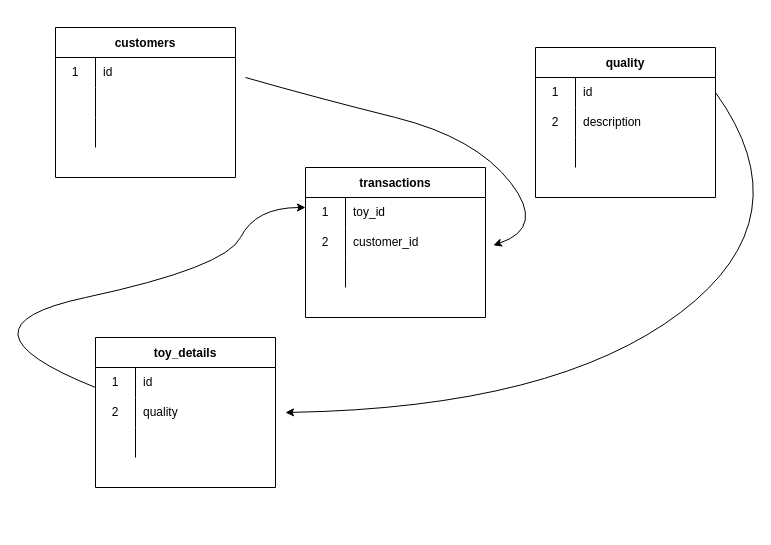
The draw.io diagram Data_Transformation_PDA/graphic.drawio in Arctic-64/CC_SQA_PDA, before the edit. Source tidied: cells renumbered, new cells numbered last; positions are measured from the earlier drawing's top-left corner, leaving out a move shared by most shapes. Both pictures are drawn from the tidied source at 100%, with x=0, y=0 at pixel (-55, 27).
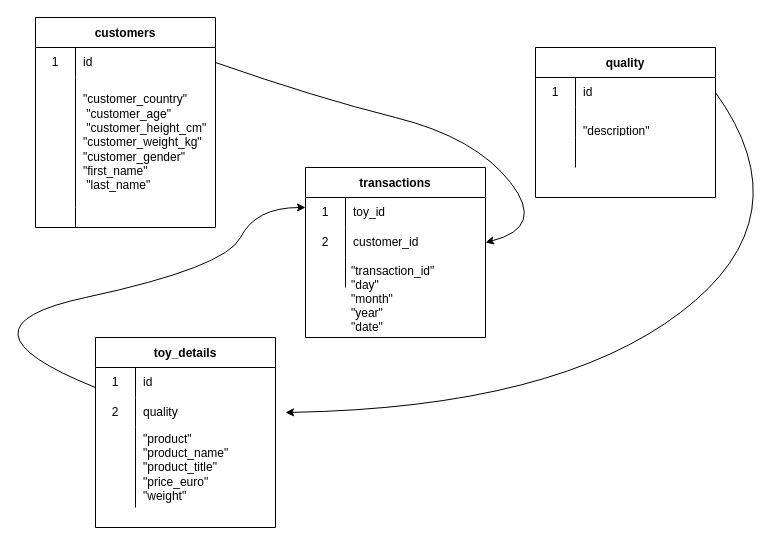
After the change.

Unchanged cells that the change refers to:
```xml
<mxCell id="6" style="shape=tableRow;horizontal=0;startSize=0;swimlaneHead=0;swimlaneBody=0;top=0;left=0;bottom=0;right=0;fillColor=none;points=[[0,0.5],[1,0.5]];portConstraint=eastwest;" parent="2" vertex="1">
  <mxGeometry y="60" width="180" height="30" as="geometry" />
</mxCell>
<mxCell id="16" style="shape=tableRow;horizontal=0;startSize=0;swimlaneHead=0;swimlaneBody=0;top=0;left=0;bottom=0;right=0;fillColor=none;" parent="12" vertex="1">
  <mxGeometry y="60" width="180" height="30" as="geometry" />
</mxCell>
<mxCell id="23" style="shape=tableRow;horizontal=0;startSize=0;swimlaneHead=0;swimlaneBody=0;top=0;left=0;bottom=0;right=0;fillColor=none;points=[[0,0.5],[1,0.5]];portConstraint=eastwest;" parent="22" vertex="1">
  <mxGeometry y="30" width="180" height="30" as="geometry" />
</mxCell>
```

Change to the diagram source:
```diff
@@
     <mxCell id="2" value="transactions" style="shape=table;startSize=30;childLayout=tableLayout;rowLines=0;fontStyle=1;" parent="1" vertex="1">
-      <mxGeometry x="360" y="140" width="180" height="150" as="geometry" />
+      <mxGeometry x="360" y="140" width="180" height="170" as="geometry" />
     </mxCell>
@@
-    <mxCell id="17" value="2" style="shape=partialRectangle;html=1;whiteSpace=wrap;fillColor=none;top=0;left=0;bottom=0;right=0;overflow=hidden;" parent="16" vertex="1">
+    <mxCell id="17" style="shape=partialRectangle;html=1;whiteSpace=wrap;fillColor=none;top=0;left=0;bottom=0;right=0;overflow=hidden;" parent="16" vertex="1">
       <mxGeometry width="40" height="30" as="geometry" />
     </mxCell>
-    <mxCell id="18" value="description" style="shape=partialRectangle;html=1;whiteSpace=wrap;fillColor=none;top=0;left=0;bottom=0;right=0;align=left;spacingLeft=6;overflow=hidden;" parent="16" vertex="1">
+    <mxCell id="18" value="&lt;br&gt;&quot;description&quot;" style="shape=partialRectangle;html=1;whiteSpace=wrap;fillColor=none;top=0;left=0;bottom=0;right=0;align=left;spacingLeft=6;overflow=hidden;" parent="16" vertex="1">
       <mxGeometry x="40" width="140" height="30" as="geometry" />
     </mxCell>
@@
     <mxCell id="22" value="customers" style="shape=table;startSize=30;childLayout=tableLayout;rowLines=0;fontStyle=1;" parent="1" vertex="1">
-      <mxGeometry x="110" width="180" height="150" as="geometry" />
+      <mxGeometry x="90" y="-10" width="180" height="210" as="geometry" />
     </mxCell>
@@
     <mxCell id="26" style="shape=tableRow;horizontal=0;startSize=0;swimlaneHead=0;swimlaneBody=0;top=0;left=0;bottom=0;right=0;fillColor=none;" parent="22" vertex="1">
-      <mxGeometry y="60" width="180" height="30" as="geometry" />
+      <mxGeometry y="60" width="180" height="130" as="geometry" />
     </mxCell>
     <mxCell id="27" style="shape=partialRectangle;html=1;whiteSpace=wrap;fillColor=none;top=0;left=0;bottom=0;right=0;overflow=hidden;" parent="26" vertex="1">
-      <mxGeometry width="40" height="30" as="geometry" />
+      <mxGeometry width="40" height="130" as="geometry" />
     </mxCell>
-    <mxCell id="28" style="shape=partialRectangle;html=1;whiteSpace=wrap;fillColor=none;top=0;left=0;bottom=0;right=0;align=left;spacingLeft=6;overflow=hidden;" parent="26" vertex="1">
-      <mxGeometry x="40" width="140" height="30" as="geometry" />
+    <mxCell id="28" value="&quot;customer_country&quot;   &quot;customer_age&quot;       &quot;customer_height_cm&quot; &quot;customer_weight_kg&quot; &quot;customer_gender&quot;    &quot;first_name&quot;         &quot;last_name&quot;" style="shape=partialRectangle;html=1;whiteSpace=wrap;fillColor=none;top=0;left=0;bottom=0;right=0;align=left;spacingLeft=6;overflow=hidden;" parent="26" vertex="1">
+      <mxGeometry x="40" width="140" height="130" as="geometry" />
     </mxCell>
     <mxCell id="29" style="shape=tableRow;horizontal=0;startSize=0;swimlaneHead=0;swimlaneBody=0;top=0;left=0;bottom=0;right=0;fillColor=none;" parent="22" vertex="1">
-      <mxGeometry y="90" width="180" height="30" as="geometry" />
+      <mxGeometry y="190" width="180" height="20" as="geometry" />
     </mxCell>
     <mxCell id="30" style="shape=partialRectangle;html=1;whiteSpace=wrap;fillColor=none;top=0;left=0;bottom=0;right=0;overflow=hidden;" parent="29" vertex="1">
-      <mxGeometry width="40" height="30" as="geometry" />
+      <mxGeometry width="40" height="20" as="geometry" />
     </mxCell>
     <mxCell id="31" style="shape=partialRectangle;html=1;whiteSpace=wrap;fillColor=none;top=0;left=0;bottom=0;right=0;align=left;spacingLeft=6;overflow=hidden;" parent="29" vertex="1">
-      <mxGeometry x="40" width="140" height="30" as="geometry" />
+      <mxGeometry x="40" width="140" height="20" as="geometry" />
     </mxCell>
     <mxCell id="32" value="toy_details" style="shape=table;startSize=30;childLayout=tableLayout;rowLines=0;fontStyle=1;" parent="1" vertex="1">
-      <mxGeometry x="150" y="310" width="180" height="150" as="geometry" />
+      <mxGeometry x="150" y="310" width="180" height="190" as="geometry" />
     </mxCell>
@@
     <mxCell id="39" style="shape=tableRow;horizontal=0;startSize=0;swimlaneHead=0;swimlaneBody=0;top=0;left=0;bottom=0;right=0;fillColor=none;" parent="32" vertex="1">
-      <mxGeometry y="90" width="180" height="30" as="geometry" />
+      <mxGeometry y="90" width="180" height="80" as="geometry" />
     </mxCell>
     <mxCell id="40" style="shape=partialRectangle;html=1;whiteSpace=wrap;fillColor=none;top=0;left=0;bottom=0;right=0;overflow=hidden;" parent="39" vertex="1">
-      <mxGeometry width="40" height="30" as="geometry" />
+      <mxGeometry width="40" height="80" as="geometry" />
     </mxCell>
-    <mxCell id="41" style="shape=partialRectangle;html=1;whiteSpace=wrap;fillColor=none;top=0;left=0;bottom=0;right=0;align=left;spacingLeft=6;overflow=hidden;" parent="39" vertex="1">
-      <mxGeometry x="40" width="140" height="30" as="geometry" />
+    <mxCell id="41" value="&quot;product&quot;&lt;br&gt;&quot;product_name&quot;&amp;nbsp; &quot;product_title&quot; &quot;price_euro&quot;&amp;nbsp; &amp;nbsp; &lt;br&gt;&quot;weight&quot;&amp;nbsp; &amp;nbsp;" style="shape=partialRectangle;html=1;whiteSpace=wrap;fillColor=none;top=0;left=0;bottom=0;right=0;align=left;spacingLeft=6;overflow=hidden;" parent="39" vertex="1">
+      <mxGeometry x="40" width="140" height="80" as="geometry" />
     </mxCell>
@@
-    <mxCell id="44" style="curved=1;endArrow=classic;html=1;rounded=0;entryX=1.044;entryY=0.593;entryDx=0;entryDy=0;entryPerimeter=0;" parent="1" edge="1" target="6">
+    <mxCell id="44" style="curved=1;endArrow=classic;html=1;rounded=0;exitX=1;exitY=0.5;exitDx=0;exitDy=0;entryX=1;entryY=0.5;entryDx=0;entryDy=0;" parent="1" edge="1" source="23" target="6">
       <mxGeometry relative="1" as="geometry">
-        <mxPoint x="300" y="50" as="sourcePoint" />
         <Array as="points">
           <mxPoint x="370" y="70" />
           <mxPoint x="530" y="110" />
           <mxPoint x="600" y="200" />
         </Array>
       </mxGeometry>
     </mxCell>
+    <mxCell id="45" value="&quot;transaction_id&quot;   &#10;&quot;day&quot;            &#10;&quot;month&quot;          &#10;&quot;year&quot;           &#10;&quot;date&quot;" style="text;strokeColor=none;fillColor=none;align=left;verticalAlign=top;spacingLeft=4;spacingRight=4;overflow=hidden;" parent="1" vertex="1">
+      <mxGeometry x="400" y="230" width="120" height="80" as="geometry" />
+    </mxCell>
```
